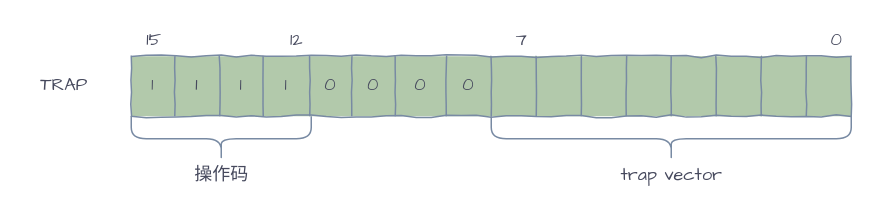
This is page "trap" (25 of 31) of vm.drawio from silan-liu/drawio, a draw.io file, before an edit. Source tidied: cells renumbered, new cells numbered last; positions are measured from the earlier drawing's top-left corner, leaving out a move shared by most shapes. Both pictures are drawn from the tidied source at 150%, with x=0, y=0 at pixel (26, 26).
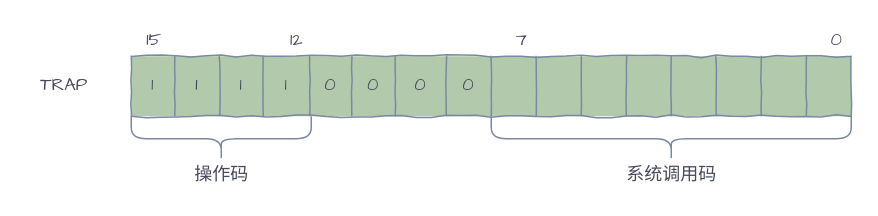
Above is the later version.

Change to the diagram source:
```diff
@@
-    <mxCell id="23" value="trap vector" style="text;html=1;align=center;verticalAlign=middle;fontColor=#46495D;fontFamily=Architects Daughter;" parent="1" vertex="1">
+    <mxCell id="23" value="系统调用码" style="text;html=1;align=center;verticalAlign=middle;fontColor=#46495D;fontFamily=Architects Daughter;" parent="1" vertex="1">
       <mxGeometry x="390" y="90" width="80" height="20" as="geometry" />
     </mxCell>
```
